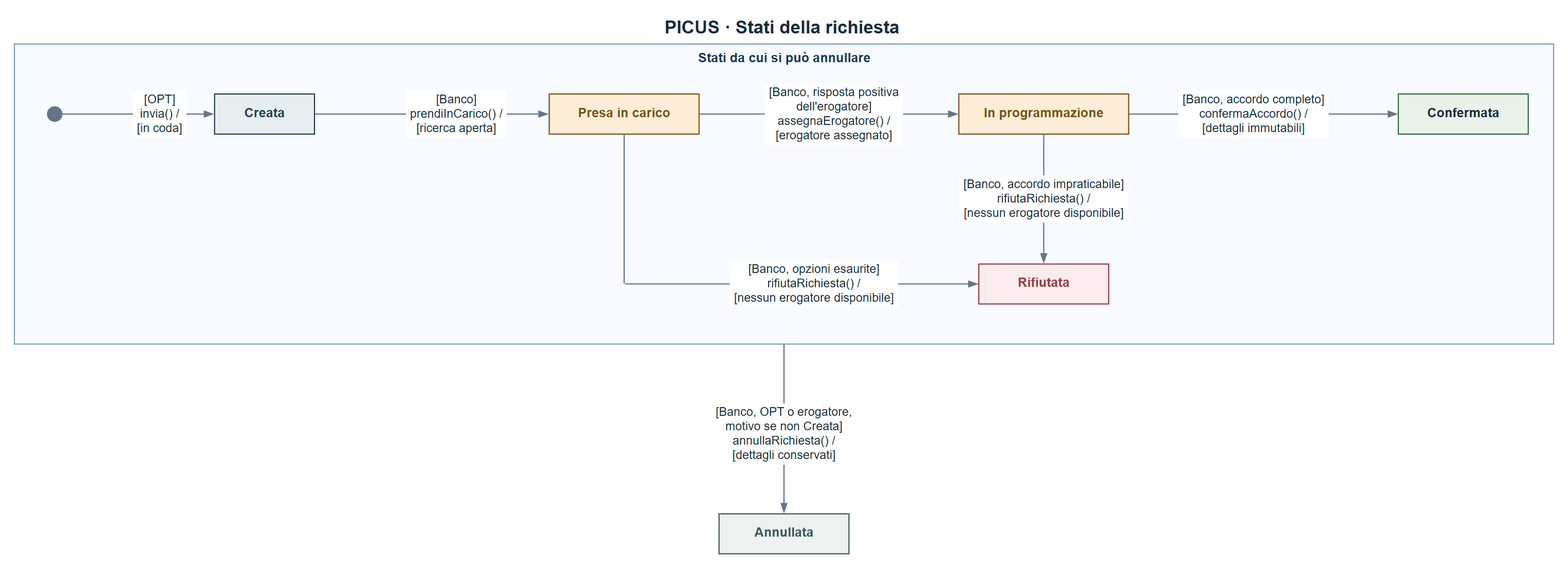
This is docs/architecture/diagrams/PICUS-Stati-Richiesta.png from Pinguini-alla-Fragola/Progetto-SAD, a Graphviz export, as it was before one commit. Its source is kept beside it as docs/architecture/diagrams/PICUS-Stati-Richiesta.dot. Source of this version:
```dot
digraph Stati {
  graph [
    layout=neato, inputscale=72, overlap=true, splines=line,
    outputorder=nodesfirst, bgcolor="#FFFFFF", dpi=140, pad=0.20,
    labelloc=t, fontname=Arial, fontcolor="#172B3A", fontsize=18,
    label=<<B>PICUS · Stati della richiesta</B>>
  ]
  node [pin=true, shape=box, style=filled, fixedsize=true, fontname=Arial, fontsize=13, penwidth=1.15]
  edge [color="#64748B", penwidth=1.2, arrowsize=0.8]
  Annullabile [pos="770,210!", width=21.4, height=4.17, fillcolor="#F7FAFE", color="#7C9BB9", label=""]

  Creata [pos="250,290!", width=1.389, height=0.556, fillcolor="#E6EEF0", color="#253F4C", fontcolor="#253F4C", style="filled", label=<<B>Creata</B>>]
  Carico [pos="610,290!", width=2.083, height=0.556, fillcolor="#FBEDD6", color="#795117", fontcolor="#795117", style="filled", label=<<B>Presa in carico</B>>]
  Programmazione [pos="1030,290!", width=2.361, height=0.556, fillcolor="#FBEDD6", color="#795117", fontcolor="#795117", style="filled", label=<<B>In programmazione</B>>]
  Confermata [pos="1450,290!", width=1.806, height=0.556, fillcolor="#E8F2E9", color="#2F6B3A", fontcolor="#192C3A", style="filled", label=<<B>Confermata</B>>]
  Rifiutata [pos="1030,120!", width=1.806, height=0.556, fillcolor="#FAECEE", color="#9C3844", fontcolor="#9C3844", style="filled", label=<<B>Rifiutata</B>>]
  Annullata [pos="770,-130!", width=1.806, height=0.556, fillcolor="#EDF1EF", color="#3A545E", fontcolor="#3A545E", style="filled", label=<<B>Annullata</B>>]
  Start [pos="40,290!", shape=circle, width=0.2, height=0.2, fillcolor="#64748B", color="#64748B", label=""]
  node [shape=plaintext, fixedsize=false, width=0, height=0, style=filled, fillcolor="#FFFFFF", fontcolor="#172B3A", fontsize=12, margin="0.06,0.03"]
  Titolo [pos="770,345!", style="", fontsize=13, fontcolor="#183957", label=<<B>Stati da cui si può annullare</B>>]
  l_invia [pos="145,290!", label=<[OPT]<BR/>invia() /<BR/>[in coda]>]
  l_prendi [pos="442,290!", label=<[Banco]<BR/>prendiInCarico() /<BR/>[ricerca aperta]>]
  l_assegna [pos="820,290!", label=<[Banco, risposta positiva<BR/>dell'erogatore]<BR/>assegnaErogatore() /<BR/>[erogatore assegnato]>]
  l_conferma [pos="1240,290!", label=<[Banco, accordo completo]<BR/>confermaAccordo() /<BR/>[dettagli immutabili]>]
  l_rif_prog [pos="1030,205!", label=<[Banco, accordo impraticabile]<BR/>rifiutaRichiesta() /<BR/>[nessun erogatore disponibile]>]
  l_rif_carico [pos="800,120!", label=<[Banco, opzioni esaurite]<BR/>rifiutaRichiesta() /<BR/>[nessun erogatore disponibile]>]
  l_annulla [pos="770,-30!", label=<[Banco, OPT o erogatore,<BR/>motivo se non Creata]<BR/>annullaRichiesta() /<BR/>[dettagli conservati]>]
  node [shape=point, width=0.01, height=0.01, label="", style=invis]
  b_rc [pos="610,120!"]
  a0 [pos="770,60!"]
  Start -> l_invia [arrowhead=none]
  l_invia -> Creata
  Creata -> l_prendi [arrowhead=none]
  l_prendi -> Carico
  Carico -> l_assegna [arrowhead=none]
  l_assegna -> Programmazione
  Programmazione -> l_conferma [arrowhead=none]
  l_conferma -> Confermata
  Programmazione -> l_rif_prog [arrowhead=none]
  l_rif_prog -> Rifiutata
  Carico -> b_rc [arrowhead=none]
  b_rc -> l_rif_carico [arrowhead=none]
  l_rif_carico -> Rifiutata
  a0 -> l_annulla [arrowhead=none]
  l_annulla -> Annullata
}
```
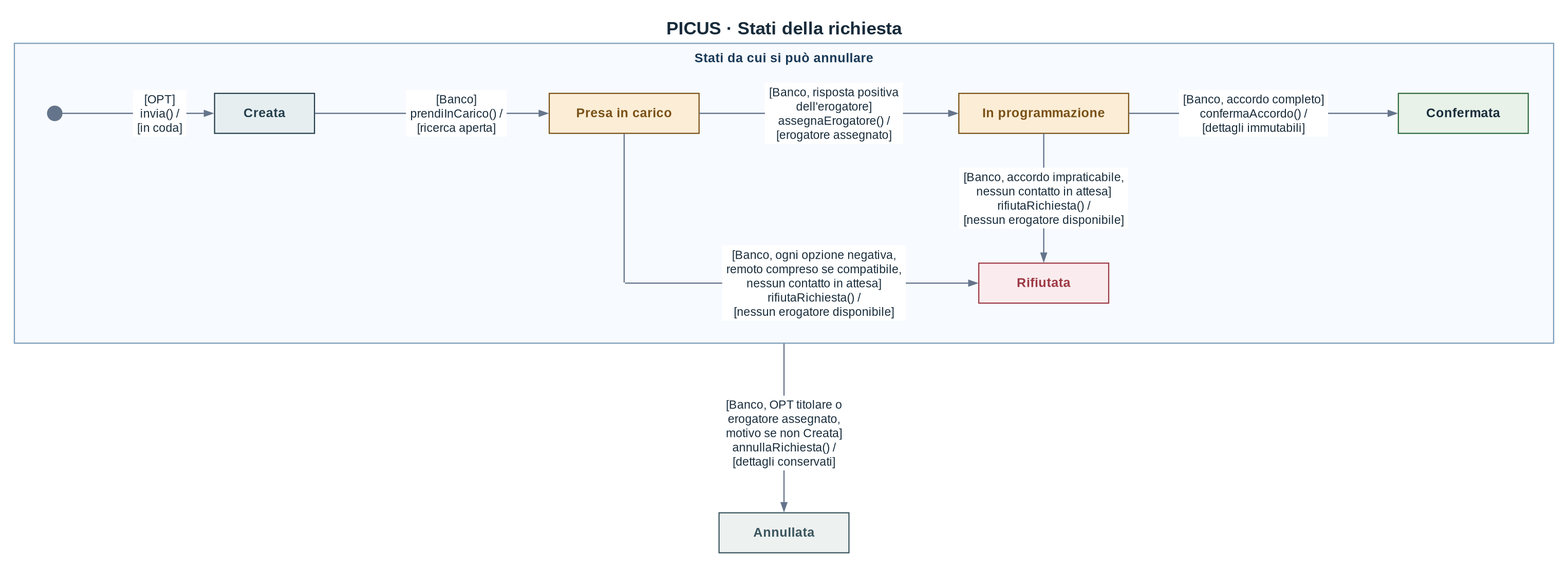
After the commit.

Commit message:
docs(architecture): precisa rifiuto e annullamento nello state chart

Diff of the diagram source:
```diff
@@ -1,4 +1,4 @@
-digraph Stati {
+digraph "PICUS - Stati della richiesta" {
   graph [
     layout=neato, inputscale=72, overlap=true, splines=line,
     outputorder=nodesfirst, bgcolor="#FFFFFF", dpi=140, pad=0.20,
@@ -22,9 +22,9 @@
   l_prendi [pos="442,290!", label=<[Banco]<BR/>prendiInCarico() /<BR/>[ricerca aperta]>]
   l_assegna [pos="820,290!", label=<[Banco, risposta positiva<BR/>dell'erogatore]<BR/>assegnaErogatore() /<BR/>[erogatore assegnato]>]
   l_conferma [pos="1240,290!", label=<[Banco, accordo completo]<BR/>confermaAccordo() /<BR/>[dettagli immutabili]>]
-  l_rif_prog [pos="1030,205!", label=<[Banco, accordo impraticabile]<BR/>rifiutaRichiesta() /<BR/>[nessun erogatore disponibile]>]
-  l_rif_carico [pos="800,120!", label=<[Banco, opzioni esaurite]<BR/>rifiutaRichiesta() /<BR/>[nessun erogatore disponibile]>]
-  l_annulla [pos="770,-30!", label=<[Banco, OPT o erogatore,<BR/>motivo se non Creata]<BR/>annullaRichiesta() /<BR/>[dettagli conservati]>]
+  l_rif_prog [pos="1030,205!", label=<[Banco, accordo impraticabile,<BR/>nessun contatto in attesa]<BR/>rifiutaRichiesta() /<BR/>[nessun erogatore disponibile]>]
+  l_rif_carico [pos="800,120!", label=<[Banco, ogni opzione negativa,<BR/>remoto compreso se compatibile,<BR/>nessun contatto in attesa]<BR/>rifiutaRichiesta() /<BR/>[nessun erogatore disponibile]>]
+  l_annulla [pos="770,-30!", label=<[Banco, OPT titolare o<BR/>erogatore assegnato,<BR/>motivo se non Creata]<BR/>annullaRichiesta() /<BR/>[dettagli conservati]>]
   node [shape=point, width=0.01, height=0.01, label="", style=invis]
   b_rc [pos="610,120!"]
   a0 [pos="770,60!"]
```
